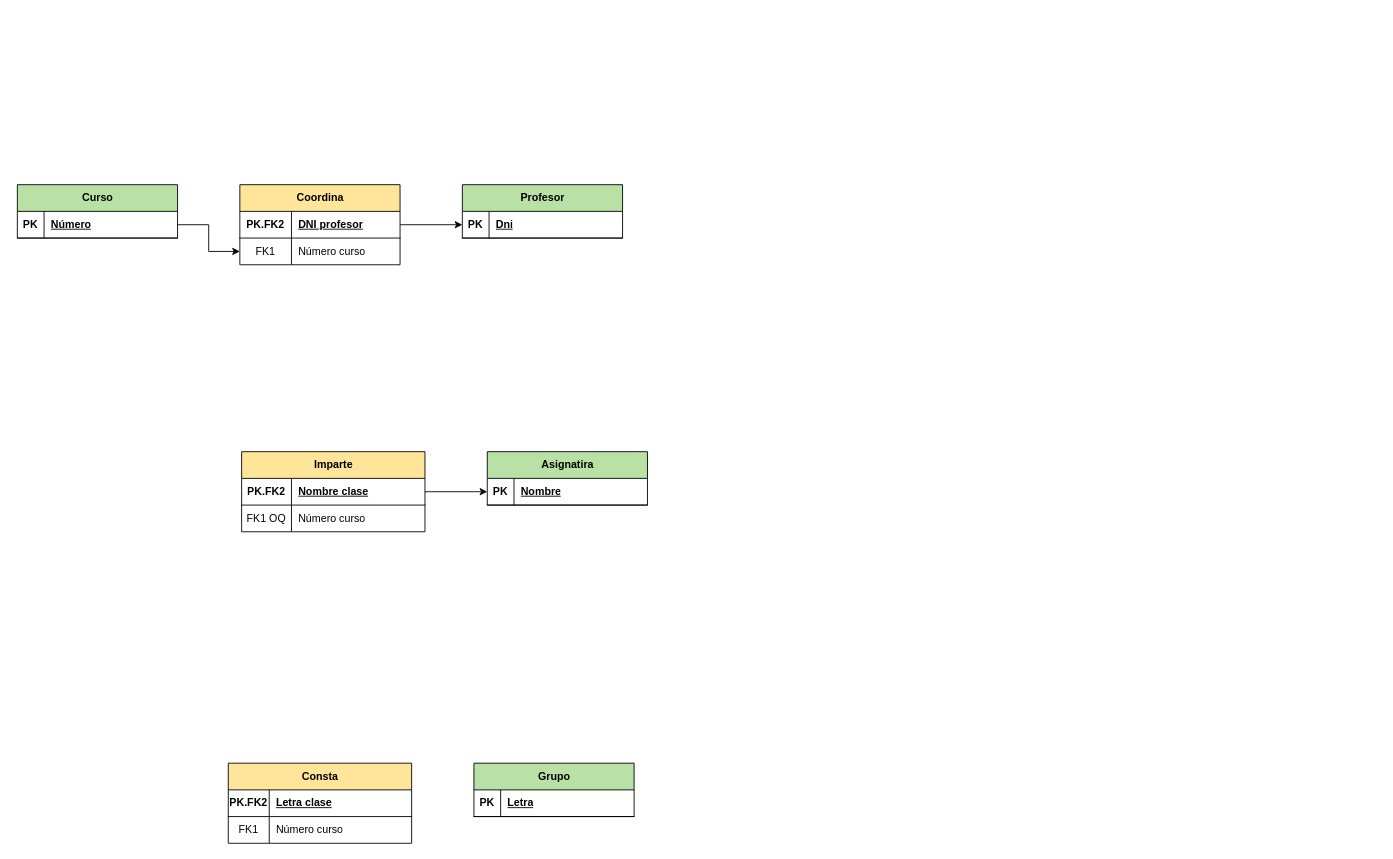
Earlier version of the draw.io diagram page "Página-1" (1 of 2) of base de datos/unidad 2/MR2.drawio (aaronalvrod/base-de-datos). Source tidied: cells renumbered, new cells numbered last; positions are measured from the earlier drawing's top-left corner, leaving out a move shared by most shapes. Both pictures are drawn from the tidied source at 89%, with x=0, y=0 at pixel (17, 184).
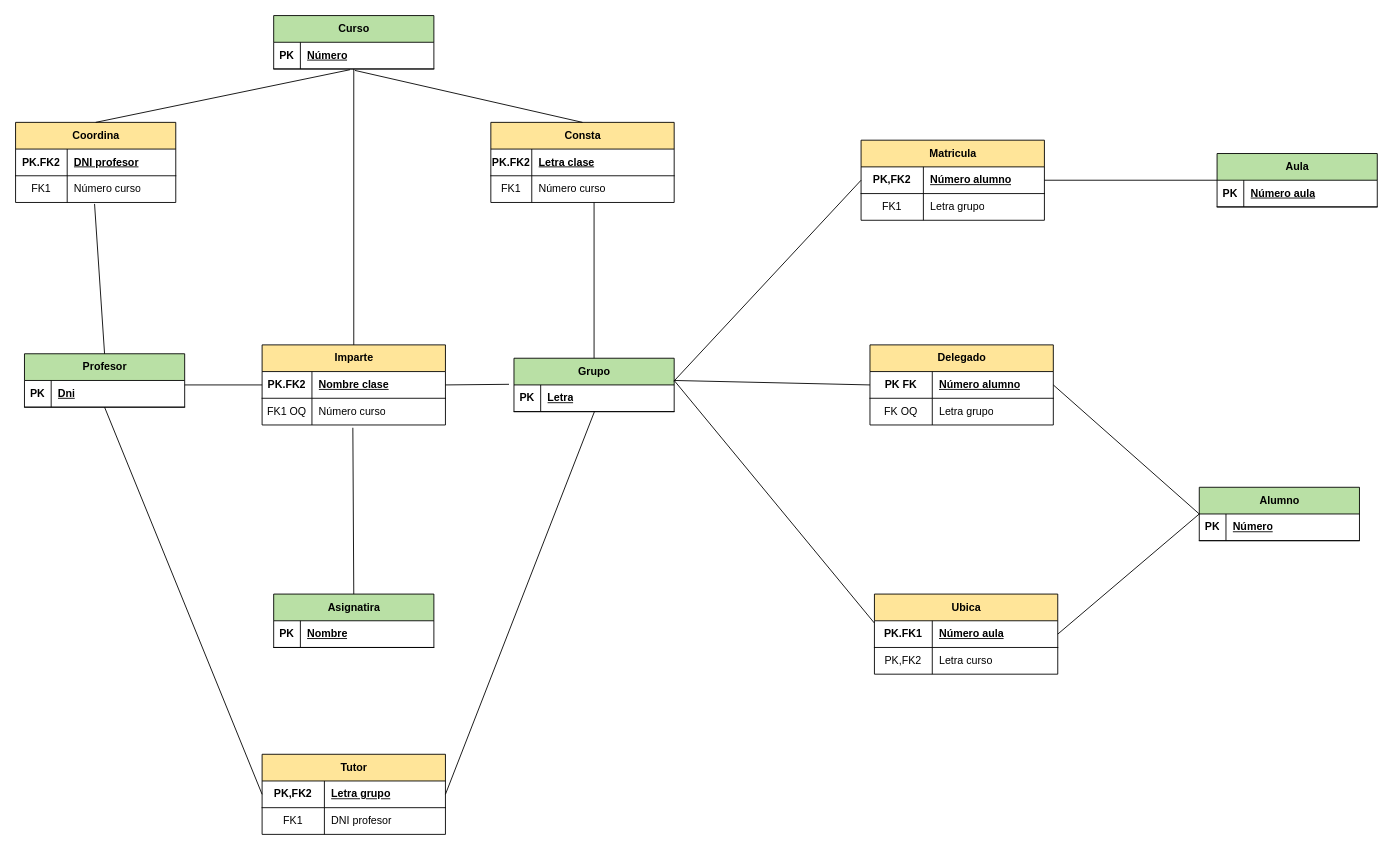
The same diagram, later.

Unchanged cells that the change refers to:
```xml
<mxCell id="3" style="shape=tableRow;horizontal=0;startSize=0;swimlaneHead=0;swimlaneBody=0;fillColor=none;points=[[0,0.5],[1,0.5]];portConstraint=eastwest;top=0;left=0;right=0;bottom=1;" parent="2" vertex="1">
  <mxGeometry y="30" width="180" height="30" as="geometry" />
</mxCell>
<mxCell id="7" style="shape=tableRow;horizontal=0;startSize=0;swimlaneHead=0;swimlaneBody=0;fillColor=none;points=[[0,0.5],[1,0.5]];portConstraint=eastwest;top=0;left=0;right=0;bottom=1;" parent="6" vertex="1">
  <mxGeometry y="30" width="180" height="30" as="geometry" />
</mxCell>
<mxCell id="11" style="shape=tableRow;horizontal=0;startSize=0;swimlaneHead=0;swimlaneBody=0;fillColor=none;points=[[0,0.5],[1,0.5]];portConstraint=eastwest;top=0;left=0;right=0;bottom=1;" parent="10" vertex="1">
  <mxGeometry y="30" width="180" height="30" as="geometry" />
</mxCell>
<mxCell id="14" style="shape=tableRow;horizontal=0;startSize=0;swimlaneHead=0;swimlaneBody=0;fillColor=none;points=[[0,0.5],[1,0.5]];portConstraint=eastwest;top=0;left=0;right=0;bottom=0;" parent="10" vertex="1">
  <mxGeometry y="60" width="180" height="30" as="geometry" />
</mxCell>
<mxCell id="20" style="shape=tableRow;horizontal=0;startSize=0;swimlaneHead=0;swimlaneBody=0;fillColor=none;points=[[0,0.5],[1,0.5]];portConstraint=eastwest;top=0;left=0;right=0;bottom=1;" parent="19" vertex="1">
  <mxGeometry y="30" width="180" height="30" as="geometry" />
</mxCell>
<mxCell id="24" style="shape=tableRow;horizontal=0;startSize=0;swimlaneHead=0;swimlaneBody=0;fillColor=none;points=[[0,0.5],[1,0.5]];portConstraint=eastwest;top=0;left=0;right=0;bottom=1;" parent="23" vertex="1">
  <mxGeometry y="30" width="206" height="30" as="geometry" />
</mxCell>
<mxCell id="27" style="shape=tableRow;horizontal=0;startSize=0;swimlaneHead=0;swimlaneBody=0;fillColor=none;points=[[0,0.5],[1,0.5]];portConstraint=eastwest;top=0;left=0;right=0;bottom=0;" parent="23" vertex="1">
  <mxGeometry y="60" width="206" height="30" as="geometry" />
</mxCell>
<mxCell id="39" style="shape=tableRow;horizontal=0;startSize=0;swimlaneHead=0;swimlaneBody=0;fillColor=none;points=[[0,0.5],[1,0.5]];portConstraint=eastwest;top=0;left=0;right=0;bottom=1;" parent="38" vertex="1">
  <mxGeometry y="30" width="180" height="30" as="geometry" />
</mxCell>
```

The edit, as a diff of the source:
```diff
@@
     <mxCell id="2" value="Curso" style="shape=table;startSize=30;childLayout=tableLayout;rowLines=0;fontStyle=1;align=center;html=1;fillColor=#B9E0A5;" parent="1" vertex="1">
-      <mxGeometry width="180" height="60" as="geometry" />
+      <mxGeometry x="288" y="-190" width="180" height="60" as="geometry" />
     </mxCell>
@@
     <mxCell id="6" value="Profesor" style="shape=table;startSize=30;childLayout=tableLayout;rowLines=0;fontStyle=1;align=center;html=1;fillColor=#B9E0A5;" parent="1" vertex="1">
-      <mxGeometry x="500" width="180" height="60" as="geometry" />
+      <mxGeometry x="8" y="190" width="180" height="60" as="geometry" />
     </mxCell>
@@
     <mxCell id="10" value="Coordina" style="shape=table;startSize=30;childLayout=tableLayout;rowLines=0;fontStyle=1;align=center;html=1;fillColor=#FFE599;" parent="1" vertex="1">
-      <mxGeometry x="250" width="180" height="90" as="geometry" />
+      <mxGeometry x="-2" y="-70" width="180" height="90" as="geometry" />
     </mxCell>
@@
-    <mxCell id="17" style="edgeStyle=orthogonalEdgeStyle;rounded=0;jettySize=auto;html=1;exitX=1;exitY=0.5;exitDx=0;exitDy=0;entryX=0;entryY=0.5;entryDx=0;entryDy=0;" parent="1" edge="1" source="3" target="14">
-      <mxGeometry relative="1" as="geometry" />
-    </mxCell>
-    <mxCell id="18" style="edgeStyle=orthogonalEdgeStyle;rounded=0;jettySize=auto;html=1;exitX=1;exitY=0.5;exitDx=0;exitDy=0;entryX=0;entryY=0.5;entryDx=0;entryDy=0;" parent="1" edge="1" source="11" target="7">
-      <mxGeometry relative="1" as="geometry" />
-    </mxCell>
     <mxCell id="19" value="Asignatira" style="shape=table;startSize=30;childLayout=tableLayout;rowLines=0;fontStyle=1;align=center;html=1;fillColor=#B9E0A5;" parent="1" vertex="1">
-      <mxGeometry x="528" y="300" width="180" height="60" as="geometry" />
+      <mxGeometry x="288" y="460" width="180" height="60" as="geometry" />
     </mxCell>
@@
     <mxCell id="23" value="Imparte" style="shape=table;startSize=30;childLayout=tableLayout;rowLines=0;fontStyle=1;align=center;html=1;fillColor=#FFE599;" parent="1" vertex="1">
-      <mxGeometry x="252" y="300" width="206" height="90" as="geometry" />
+      <mxGeometry x="275" y="180" width="206" height="90" as="geometry" />
     </mxCell>
@@
-    <mxCell id="30" style="edgeStyle=orthogonalEdgeStyle;rounded=0;jettySize=auto;html=1;exitX=1;exitY=0.5;exitDx=0;exitDy=0;entryX=0;entryY=0.5;entryDx=0;entryDy=0;" parent="1" edge="1" source="24" target="20">
-      <mxGeometry relative="1" as="geometry" />
-    </mxCell>
     <mxCell id="31" value="Consta" style="shape=table;startSize=30;childLayout=tableLayout;rowLines=0;fontStyle=1;align=center;html=1;fillColor=#FFE599;" parent="1" vertex="1">
-      <mxGeometry x="237" y="650" width="206" height="90" as="geometry" />
+      <mxGeometry x="532" y="-70" width="206" height="90" as="geometry" />
     </mxCell>
@@
     <mxCell id="38" value="Grupo" style="shape=table;startSize=30;childLayout=tableLayout;rowLines=0;fontStyle=1;align=center;html=1;fillColor=#B9E0A5;" parent="1" vertex="1">
-      <mxGeometry x="513" y="650" width="180" height="60" as="geometry" />
+      <mxGeometry x="558" y="195" width="180" height="60" as="geometry" />
     </mxCell>
@@
+    <mxCell id="42" style="endArrow=none;html=1;rounded=0;entryX=0.476;entryY=1.028;entryDx=0;entryDy=0;entryPerimeter=0;exitX=0.5;exitY=0;exitDx=0;exitDy=0;" parent="1" edge="1" source="10" target="3">
+      <mxGeometry relative="1" as="geometry" />
+    </mxCell>
+    <mxCell id="43" style="endArrow=none;html=1;rounded=0;entryX=0.493;entryY=1.054;entryDx=0;entryDy=0;entryPerimeter=0;exitX=0.5;exitY=0;exitDx=0;exitDy=0;" parent="1" edge="1" source="6" target="14">
+      <mxGeometry relative="1" as="geometry" />
+    </mxCell>
+    <mxCell id="44" style="endArrow=none;html=1;rounded=0;entryX=0;entryY=0.5;entryDx=0;entryDy=0;" parent="1" edge="1" target="24">
+      <mxGeometry relative="1" as="geometry">
+        <mxPoint x="188" y="225" as="sourcePoint" />
+      </mxGeometry>
+    </mxCell>
+    <mxCell id="45" style="endArrow=none;html=1;rounded=0;entryX=0.5;entryY=0;entryDx=0;entryDy=0;exitX=0.495;exitY=1.105;exitDx=0;exitDy=0;exitPerimeter=0;" parent="1" edge="1" source="27" target="19">
+      <mxGeometry relative="1" as="geometry" />
+    </mxCell>
+    <mxCell id="46" style="endArrow=none;html=1;rounded=0;exitX=0.5;exitY=0;exitDx=0;exitDy=0;" parent="1" edge="1" source="23" target="3">
+      <mxGeometry relative="1" as="geometry" />
+    </mxCell>
+    <mxCell id="47" style="endArrow=none;html=1;rounded=0;exitX=0.5;exitY=0;exitDx=0;exitDy=0;entryX=0.507;entryY=1.054;entryDx=0;entryDy=0;entryPerimeter=0;" parent="1" edge="1" source="31" target="3">
+      <mxGeometry relative="1" as="geometry" />
+    </mxCell>
+    <mxCell id="48" style="endArrow=none;html=1;rounded=0;exitX=0.5;exitY=0;exitDx=0;exitDy=0;" parent="1" edge="1" source="38">
+      <mxGeometry relative="1" as="geometry">
+        <mxPoint x="648" y="20" as="targetPoint" />
+      </mxGeometry>
+    </mxCell>
+    <mxCell id="49" style="endArrow=none;html=1;rounded=0;entryX=-0.031;entryY=-0.023;entryDx=0;entryDy=0;entryPerimeter=0;exitX=1;exitY=0.5;exitDx=0;exitDy=0;" parent="1" edge="1" source="24" target="39">
+      <mxGeometry relative="1" as="geometry" />
+    </mxCell>
+    <mxCell id="50" value="Tutor" style="shape=table;startSize=30;childLayout=tableLayout;rowLines=0;fontStyle=1;align=center;html=1;fillColor=#FFE599;" parent="1" vertex="1">
+      <mxGeometry x="275" y="640" width="206" height="90" as="geometry" />
+    </mxCell>
+    <mxCell id="51" style="shape=tableRow;horizontal=0;startSize=0;swimlaneHead=0;swimlaneBody=0;fillColor=none;points=[[0,0.5],[1,0.5]];portConstraint=eastwest;top=0;left=0;right=0;bottom=1;" parent="50" vertex="1">
+      <mxGeometry y="30" width="206" height="30" as="geometry" />
+    </mxCell>
+    <mxCell id="52" value="PK,FK2" style="shape=partialRectangle;fillColor=none;top=0;left=0;bottom=0;right=0;fontStyle=1;overflow=hidden;whiteSpace=wrap;html=1;" parent="51" vertex="1">
+      <mxGeometry width="70" height="30" as="geometry" />
+    </mxCell>
+    <mxCell id="53" value="Letra grupo" style="shape=partialRectangle;fillColor=none;top=0;left=0;bottom=0;right=0;align=left;spacingLeft=6;fontStyle=5;overflow=hidden;whiteSpace=wrap;html=1;" parent="51" vertex="1">
+      <mxGeometry x="70" width="136" height="30" as="geometry" />
+    </mxCell>
+    <mxCell id="54" style="shape=tableRow;horizontal=0;startSize=0;swimlaneHead=0;swimlaneBody=0;fillColor=none;top=0;left=0;right=0;bottom=0;" parent="50" vertex="1">
+      <mxGeometry y="60" width="206" height="30" as="geometry" />
+    </mxCell>
+    <mxCell id="55" value="FK1" style="shape=partialRectangle;fillColor=none;top=0;left=0;bottom=0;right=0;overflow=hidden;whiteSpace=wrap;html=1;" parent="54" vertex="1">
+      <mxGeometry width="70" height="30" as="geometry" />
+    </mxCell>
+    <mxCell id="56" value="DNI profesor" style="shape=partialRectangle;fillColor=none;top=0;left=0;bottom=0;right=0;align=left;spacingLeft=6;overflow=hidden;whiteSpace=wrap;html=1;" parent="54" vertex="1">
+      <mxGeometry x="70" width="136" height="30" as="geometry" />
+    </mxCell>
+    <mxCell id="57" style="endArrow=none;html=1;rounded=0;exitX=0;exitY=0.5;exitDx=0;exitDy=0;" parent="1" edge="1" source="51">
+      <mxGeometry relative="1" as="geometry">
+        <mxPoint x="98" y="250" as="targetPoint" />
+      </mxGeometry>
+    </mxCell>
+    <mxCell id="58" style="endArrow=none;html=1;rounded=0;entryX=0.503;entryY=0.99;entryDx=0;entryDy=0;entryPerimeter=0;exitX=1;exitY=0.5;exitDx=0;exitDy=0;" parent="1" edge="1" source="51" target="39">
+      <mxGeometry relative="1" as="geometry" />
+    </mxCell>
+    <mxCell id="59" value="Ubica" style="shape=table;startSize=30;childLayout=tableLayout;rowLines=0;fontStyle=1;align=center;html=1;fillColor=#FFE599;" parent="1" vertex="1">
+      <mxGeometry x="963" y="460" width="206" height="90" as="geometry" />
+    </mxCell>
+    <mxCell id="60" style="shape=tableRow;horizontal=0;startSize=0;swimlaneHead=0;swimlaneBody=0;fillColor=none;points=[[0,0.5],[1,0.5]];portConstraint=eastwest;top=0;left=0;right=0;bottom=1;" parent="59" vertex="1">
+      <mxGeometry y="30" width="206" height="30" as="geometry" />
+    </mxCell>
+    <mxCell id="61" value="PK.FK1" style="shape=partialRectangle;fillColor=none;top=0;left=0;bottom=0;right=0;fontStyle=1;overflow=hidden;whiteSpace=wrap;html=1;" parent="60" vertex="1">
+      <mxGeometry width="65" height="30" as="geometry" />
+    </mxCell>
+    <mxCell id="62" value="Número aula" style="shape=partialRectangle;fillColor=none;top=0;left=0;bottom=0;right=0;align=left;spacingLeft=6;fontStyle=5;overflow=hidden;whiteSpace=wrap;html=1;" parent="60" vertex="1">
+      <mxGeometry x="65" width="141" height="30" as="geometry" />
+    </mxCell>
+    <mxCell id="63" style="shape=tableRow;horizontal=0;startSize=0;swimlaneHead=0;swimlaneBody=0;fillColor=none;top=0;left=0;right=0;bottom=0;" parent="59" vertex="1">
+      <mxGeometry y="60" width="206" height="30" as="geometry" />
+    </mxCell>
+    <mxCell id="64" value="PK,FK2" style="shape=partialRectangle;fillColor=none;top=0;left=0;bottom=0;right=0;overflow=hidden;whiteSpace=wrap;html=1;" parent="63" vertex="1">
+      <mxGeometry width="65" height="30" as="geometry" />
+    </mxCell>
+    <mxCell id="65" value="Letra curso" style="shape=partialRectangle;fillColor=none;top=0;left=0;bottom=0;right=0;align=left;spacingLeft=6;overflow=hidden;whiteSpace=wrap;html=1;" parent="63" vertex="1">
+      <mxGeometry x="65" width="141" height="30" as="geometry" />
+    </mxCell>
+    <mxCell id="66" value="Matricula" style="shape=table;startSize=30;childLayout=tableLayout;rowLines=0;fontStyle=1;align=center;html=1;fillColor=#FFE599;" parent="1" vertex="1">
+      <mxGeometry x="948" y="-50" width="206" height="90" as="geometry" />
+    </mxCell>
+    <mxCell id="67" style="shape=tableRow;horizontal=0;startSize=0;swimlaneHead=0;swimlaneBody=0;fillColor=none;points=[[0,0.5],[1,0.5]];portConstraint=eastwest;top=0;left=0;right=0;bottom=1;" parent="66" vertex="1">
+      <mxGeometry y="30" width="206" height="30" as="geometry" />
+    </mxCell>
+    <mxCell id="68" value="PK,FK2" style="shape=partialRectangle;fillColor=none;top=0;left=0;bottom=0;right=0;fontStyle=1;overflow=hidden;whiteSpace=wrap;html=1;" parent="67" vertex="1">
+      <mxGeometry width="70" height="30" as="geometry" />
+    </mxCell>
+    <mxCell id="69" value="Número alumno" style="shape=partialRectangle;fillColor=none;top=0;left=0;bottom=0;right=0;align=left;spacingLeft=6;fontStyle=5;overflow=hidden;whiteSpace=wrap;html=1;" parent="67" vertex="1">
+      <mxGeometry x="70" width="136" height="30" as="geometry" />
+    </mxCell>
+    <mxCell id="70" style="shape=tableRow;horizontal=0;startSize=0;swimlaneHead=0;swimlaneBody=0;fillColor=none;top=0;left=0;right=0;bottom=0;" parent="66" vertex="1">
+      <mxGeometry y="60" width="206" height="30" as="geometry" />
+    </mxCell>
+    <mxCell id="71" value="FK1" style="shape=partialRectangle;fillColor=none;top=0;left=0;bottom=0;right=0;overflow=hidden;whiteSpace=wrap;html=1;" parent="70" vertex="1">
+      <mxGeometry width="70" height="30" as="geometry" />
+    </mxCell>
+    <mxCell id="72" value="Letra grupo" style="shape=partialRectangle;fillColor=none;top=0;left=0;bottom=0;right=0;align=left;spacingLeft=6;overflow=hidden;whiteSpace=wrap;html=1;" parent="70" vertex="1">
+      <mxGeometry x="70" width="136" height="30" as="geometry" />
+    </mxCell>
+    <mxCell id="73" value="Delegado" style="shape=table;startSize=30;childLayout=tableLayout;rowLines=0;fontStyle=1;align=center;html=1;fillColor=#FFE599;" parent="1" vertex="1">
+      <mxGeometry x="958" y="180" width="206" height="90" as="geometry" />
+    </mxCell>
+    <mxCell id="74" style="shape=tableRow;horizontal=0;startSize=0;swimlaneHead=0;swimlaneBody=0;fillColor=none;points=[[0,0.5],[1,0.5]];portConstraint=eastwest;top=0;left=0;right=0;bottom=1;" parent="73" vertex="1">
+      <mxGeometry y="30" width="206" height="30" as="geometry" />
+    </mxCell>
+    <mxCell id="75" value="PK FK" style="shape=partialRectangle;fillColor=none;top=0;left=0;bottom=0;right=0;fontStyle=1;overflow=hidden;whiteSpace=wrap;html=1;" parent="74" vertex="1">
+      <mxGeometry width="70" height="30" as="geometry" />
+    </mxCell>
+    <mxCell id="76" value="Número alumno" style="shape=partialRectangle;fillColor=none;top=0;left=0;bottom=0;right=0;align=left;spacingLeft=6;fontStyle=5;overflow=hidden;whiteSpace=wrap;html=1;" parent="74" vertex="1">
+      <mxGeometry x="70" width="136" height="30" as="geometry" />
+    </mxCell>
+    <mxCell id="77" style="shape=tableRow;horizontal=0;startSize=0;swimlaneHead=0;swimlaneBody=0;fillColor=none;top=0;left=0;right=0;bottom=0;" parent="73" vertex="1">
+      <mxGeometry y="60" width="206" height="30" as="geometry" />
+    </mxCell>
+    <mxCell id="78" value="FK OQ" style="shape=partialRectangle;fillColor=none;top=0;left=0;bottom=0;right=0;overflow=hidden;whiteSpace=wrap;html=1;" parent="77" vertex="1">
+      <mxGeometry width="70" height="30" as="geometry" />
+    </mxCell>
+    <mxCell id="79" value="Letra grupo" style="shape=partialRectangle;fillColor=none;top=0;left=0;bottom=0;right=0;align=left;spacingLeft=6;overflow=hidden;whiteSpace=wrap;html=1;" parent="77" vertex="1">
+      <mxGeometry x="70" width="136" height="30" as="geometry" />
+    </mxCell>
+    <mxCell id="80" style="endArrow=none;html=1;rounded=0;entryX=0.998;entryY=-0.138;entryDx=0;entryDy=0;entryPerimeter=0;exitX=0;exitY=0.5;exitDx=0;exitDy=0;" parent="1" edge="1" source="67" target="39">
+      <mxGeometry relative="1" as="geometry" />
+    </mxCell>
+    <mxCell id="81" style="endArrow=none;html=1;rounded=0;exitX=-0.001;exitY=0.079;exitDx=0;exitDy=0;exitPerimeter=0;" parent="1" edge="1" source="60">
+      <mxGeometry relative="1" as="geometry">
+        <mxPoint x="738" y="220" as="targetPoint" />
+      </mxGeometry>
+    </mxCell>
+    <mxCell id="82" style="endArrow=none;html=1;rounded=0;exitX=0;exitY=0.5;exitDx=0;exitDy=0;" parent="1" edge="1" source="74">
+      <mxGeometry relative="1" as="geometry">
+        <mxPoint x="738" y="220" as="targetPoint" />
+      </mxGeometry>
+    </mxCell>
+    <mxCell id="83" value="Alumno" style="shape=table;startSize=30;childLayout=tableLayout;rowLines=0;fontStyle=1;align=center;html=1;fillColor=#B9E0A5;" parent="1" vertex="1">
+      <mxGeometry x="1328" y="340" width="180" height="60" as="geometry" />
+    </mxCell>
+    <mxCell id="84" style="shape=tableRow;horizontal=0;startSize=0;swimlaneHead=0;swimlaneBody=0;fillColor=none;top=0;left=0;right=0;bottom=1;" parent="83" vertex="1">
+      <mxGeometry y="30" width="180" height="30" as="geometry" />
+    </mxCell>
+    <mxCell id="85" value="PK" style="shape=partialRectangle;fillColor=none;top=0;left=0;bottom=0;right=0;fontStyle=1;overflow=hidden;whiteSpace=wrap;html=1;" parent="84" vertex="1">
+      <mxGeometry width="30" height="30" as="geometry" />
+    </mxCell>
+    <mxCell id="86" value="Número" style="shape=partialRectangle;fillColor=none;top=0;left=0;bottom=0;right=0;align=left;spacingLeft=6;fontStyle=5;overflow=hidden;whiteSpace=wrap;html=1;" parent="84" vertex="1">
+      <mxGeometry x="30" width="150" height="30" as="geometry" />
+    </mxCell>
+    <mxCell id="87" value="Aula" style="shape=table;startSize=30;childLayout=tableLayout;rowLines=0;fontStyle=1;align=center;html=1;fillColor=#B9E0A5;" parent="1" vertex="1">
+      <mxGeometry x="1348" y="-35" width="180" height="60" as="geometry" />
+    </mxCell>
+    <mxCell id="88" style="shape=tableRow;horizontal=0;startSize=0;swimlaneHead=0;swimlaneBody=0;fillColor=none;top=0;left=0;right=0;bottom=1;" parent="87" vertex="1">
+      <mxGeometry y="30" width="180" height="30" as="geometry" />
+    </mxCell>
+    <mxCell id="89" value="PK" style="shape=partialRectangle;fillColor=none;top=0;left=0;bottom=0;right=0;fontStyle=1;overflow=hidden;whiteSpace=wrap;html=1;" parent="88" vertex="1">
+      <mxGeometry width="30" height="30" as="geometry" />
+    </mxCell>
+    <mxCell id="90" value="Número aula" style="shape=partialRectangle;fillColor=none;top=0;left=0;bottom=0;right=0;align=left;spacingLeft=6;fontStyle=5;overflow=hidden;whiteSpace=wrap;html=1;" parent="88" vertex="1">
+      <mxGeometry x="30" width="150" height="30" as="geometry" />
+    </mxCell>
+    <mxCell id="91" style="endArrow=none;html=1;rounded=0;exitX=1;exitY=0.5;exitDx=0;exitDy=0;entryX=0;entryY=0.5;entryDx=0;entryDy=0;" parent="1" edge="1" source="60" target="83">
+      <mxGeometry relative="1" as="geometry" />
+    </mxCell>
+    <mxCell id="92" style="endArrow=none;html=1;rounded=0;entryX=0;entryY=0.5;entryDx=0;entryDy=0;exitX=1;exitY=0.5;exitDx=0;exitDy=0;" parent="1" edge="1" source="67" target="87">
+      <mxGeometry relative="1" as="geometry" />
+    </mxCell>
+    <mxCell id="93" style="endArrow=none;html=1;rounded=0;entryX=0;entryY=0.5;entryDx=0;entryDy=0;exitX=1;exitY=0.5;exitDx=0;exitDy=0;" parent="1" edge="1" source="74" target="83">
+      <mxGeometry relative="1" as="geometry" />
+    </mxCell>
```
